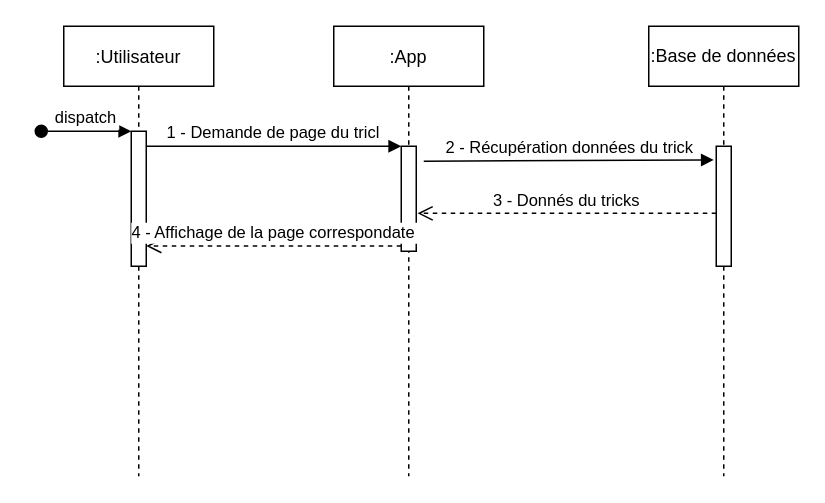
The draw.io diagram UML/Séquences/Show trick.drawio in Luca-OpenClassRooms/project_6, before the edit. Source tidied: cells renumbered, new cells numbered last; positions are measured from the earlier drawing's top-left corner, leaving out a move shared by most shapes. Both pictures are drawn from the tidied source at 150%, with x=0, y=0 at pixel (40, 26).
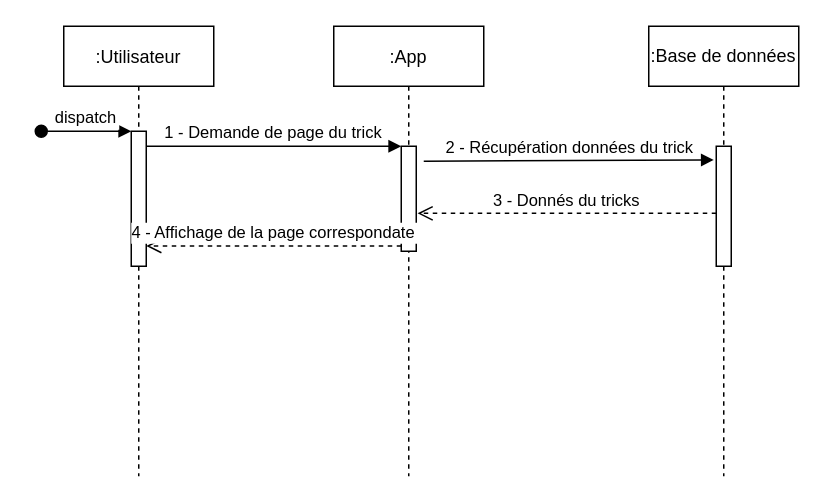
After the change.

The edit, as a diff of the source:
```diff
@@
 <mxGraphModel>
   <root>
     <mxCell id="0" />
     <mxCell id="1" parent="0" />
     <mxCell id="2" value=":Utilisateur" style="shape=umlLifeline;perimeter=lifelinePerimeter;rounded=0;shadow=0;strokeWidth=1;" parent="1" vertex="1">
       <mxGeometry x="15" width="100" height="300" as="geometry" />
     </mxCell>
     <mxCell id="3" style="points=[];perimeter=orthogonalPerimeter;rounded=0;shadow=0;strokeWidth=1;" parent="2" vertex="1">
       <mxGeometry x="45" y="70" width="10" height="90" as="geometry" />
     </mxCell>
     <mxCell id="4" value="dispatch" style="verticalAlign=bottom;startArrow=oval;endArrow=block;startSize=8;shadow=0;strokeWidth=1;" parent="2" edge="1" target="3">
       <mxGeometry relative="1" as="geometry">
         <mxPoint x="-15" y="70" as="sourcePoint" />
       </mxGeometry>
     </mxCell>
     <mxCell id="5" value=":App" style="shape=umlLifeline;perimeter=lifelinePerimeter;rounded=0;shadow=0;strokeWidth=1;" parent="1" vertex="1">
       <mxGeometry x="195" width="100" height="300" as="geometry" />
     </mxCell>
     <mxCell id="6" style="points=[];perimeter=orthogonalPerimeter;rounded=0;shadow=0;strokeWidth=1;" parent="5" vertex="1">
       <mxGeometry x="45" y="80" width="10" height="70" as="geometry" />
     </mxCell>
     <mxCell id="7" value="4 - Affichage de la page correspondate" style="verticalAlign=bottom;endArrow=open;dashed=1;endSize=8;exitX=0;exitY=0.95;shadow=0;strokeWidth=1;" parent="1" edge="1" source="6" target="3">
       <mxGeometry relative="1" as="geometry" />
     </mxCell>
-    <mxCell id="8" value="1 - Demande de page du tricl" style="verticalAlign=bottom;endArrow=block;entryX=0;entryY=0;shadow=0;strokeWidth=1;" parent="1" edge="1" source="3" target="6">
+    <mxCell id="8" value="1 - Demande de page du trick" style="verticalAlign=bottom;endArrow=block;entryX=0;entryY=0;shadow=0;strokeWidth=1;" parent="1" edge="1" source="3" target="6">
       <mxGeometry relative="1" as="geometry" />
     </mxCell>
     <mxCell id="9" value=":Base de données" style="shape=umlLifeline;perimeter=lifelinePerimeter;whiteSpace=wrap;html=1;" parent="1" vertex="1">
       <mxGeometry x="405" width="100" height="300" as="geometry" />
     </mxCell>
     <mxCell id="10" style="html=1;points=[];perimeter=orthogonalPerimeter;" parent="9" vertex="1">
       <mxGeometry x="45" y="80" width="10" height="80" as="geometry" />
     </mxCell>
     <mxCell id="11" value="2 - Récupération données du trick" style="html=1;verticalAlign=bottom;endArrow=block;rounded=0;entryX=-0.162;entryY=0.114;entryDx=0;entryDy=0;entryPerimeter=0;" parent="1" edge="1" target="10">
       <mxGeometry relative="1" as="geometry">
         <mxPoint x="255" y="90" as="sourcePoint" />
       </mxGeometry>
     </mxCell>
     <mxCell id="12" value="3 - Donnés du tricks" style="html=1;verticalAlign=bottom;endArrow=open;dashed=1;endSize=8;rounded=0;entryX=1.087;entryY=0.639;entryDx=0;entryDy=0;entryPerimeter=0;" parent="1" edge="1" source="10" target="6">
       <mxGeometry relative="1" as="geometry" />
     </mxCell>
   </root>
 </mxGraphModel>
```
